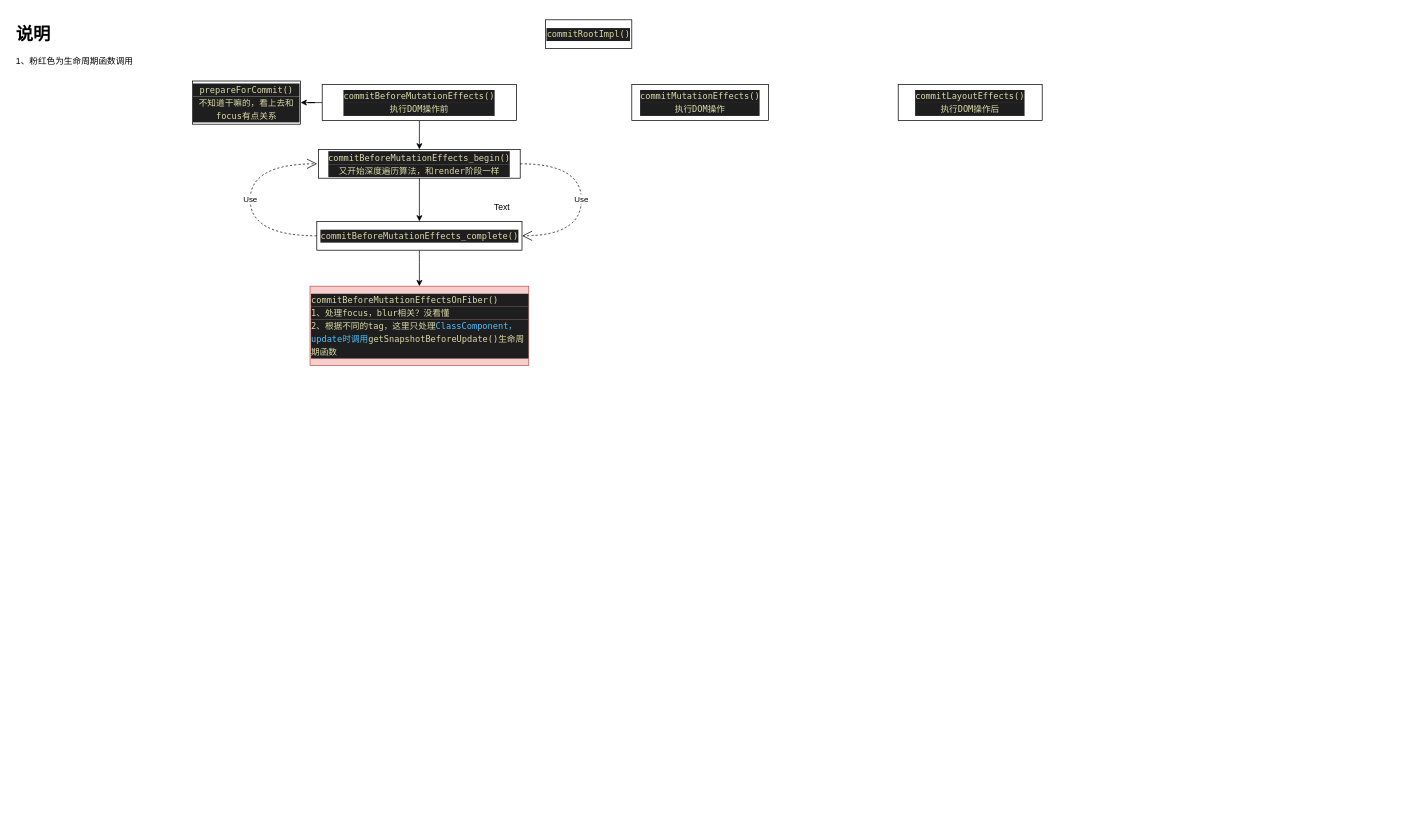
Before: page "commit (Renderer)" (3 of 3) of Untitled Diagram.drawio in damoOnly/school, a draw.io diagram. Source tidied: cells renumbered, new cells numbered last; positions are measured from the earlier drawing's top-left corner, leaving out a move shared by most shapes. Both pictures are drawn from the tidied source at 72%, with x=0, y=0 at pixel (12, 19).
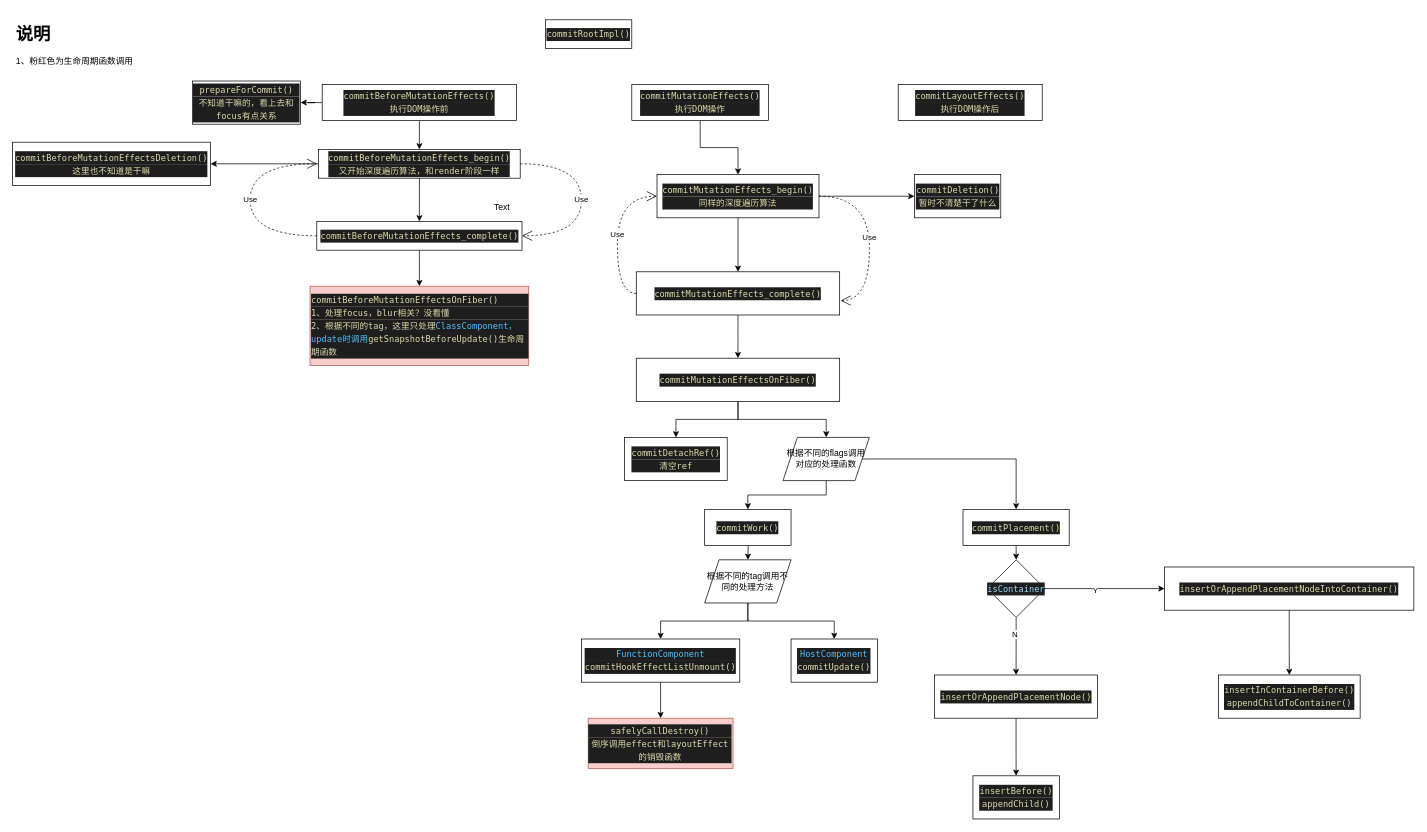
The same page after the edit.

The change refers to these unchanged cells:
```xml
<mxCell id="6" value="&lt;div style=&quot;color: rgb(212 , 212 , 212) ; background-color: rgb(30 , 30 , 30) ; font-family: &amp;#34;menlo&amp;#34; , &amp;#34;monaco&amp;#34; , &amp;#34;courier new&amp;#34; , monospace ; line-height: 18px&quot;&gt;&lt;span style=&quot;color: #dcdcaa&quot;&gt;commitMutationEffects()&lt;/span&gt;&lt;/div&gt;&lt;div style=&quot;color: rgb(212 , 212 , 212) ; background-color: rgb(30 , 30 , 30) ; font-family: &amp;#34;menlo&amp;#34; , &amp;#34;monaco&amp;#34; , &amp;#34;courier new&amp;#34; , monospace ; line-height: 18px&quot;&gt;&lt;span style=&quot;color: #dcdcaa&quot;&gt;执行DOM操作&lt;/span&gt;&lt;/div&gt;" style="rounded=0;whiteSpace=wrap;html=1;" parent="1" vertex="1">
  <mxGeometry x="860" y="90" width="190" height="50" as="geometry" />
</mxCell>
<mxCell id="10" value="&lt;div style=&quot;color: rgb(212 , 212 , 212) ; background-color: rgb(30 , 30 , 30) ; font-family: &amp;#34;menlo&amp;#34; , &amp;#34;monaco&amp;#34; , &amp;#34;courier new&amp;#34; , monospace ; line-height: 18px&quot;&gt;&lt;span style=&quot;color: #dcdcaa&quot;&gt;commitBeforeMutationEffects_begin()&lt;/span&gt;&lt;/div&gt;&lt;div style=&quot;background-color: rgb(30 , 30 , 30) ; font-family: &amp;#34;menlo&amp;#34; , &amp;#34;monaco&amp;#34; , &amp;#34;courier new&amp;#34; , monospace ; line-height: 18px&quot;&gt;&lt;font color=&quot;#dcdcaa&quot;&gt;又开始深度遍历算法，和render阶段一样&lt;/font&gt;&lt;/div&gt;" style="rounded=0;whiteSpace=wrap;html=1;" parent="1" vertex="1">
  <mxGeometry x="425" y="180" width="280" height="40" as="geometry" />
</mxCell>
```

Change to the diagram source:
```diff
@@
+    <mxCell id="19" style="rounded=0;jettySize=auto;html=1;edgeStyle=orthogonalEdgeStyle;" parent="1" edge="1" source="6" target="24">
+      <mxGeometry relative="1" as="geometry" />
+    </mxCell>
@@
+    <mxCell id="20" style="edgeStyle=orthogonalEdgeStyle;curved=1;rounded=0;jettySize=auto;html=1;" parent="1" edge="1" source="10" target="21">
+      <mxGeometry relative="1" as="geometry" />
+    </mxCell>
@@
+    <mxCell id="21" value="&lt;div style=&quot;color: rgb(212 , 212 , 212) ; background-color: rgb(30 , 30 , 30) ; font-family: &amp;#34;menlo&amp;#34; , &amp;#34;monaco&amp;#34; , &amp;#34;courier new&amp;#34; , monospace ; line-height: 18px&quot;&gt;&lt;span style=&quot;color: #dcdcaa&quot;&gt;commitBeforeMutationEffectsDeletion()&lt;/span&gt;&lt;/div&gt;&lt;div style=&quot;background-color: rgb(30 , 30 , 30) ; font-family: &amp;#34;menlo&amp;#34; , &amp;#34;monaco&amp;#34; , &amp;#34;courier new&amp;#34; , monospace ; line-height: 18px&quot;&gt;&lt;font color=&quot;#dcdcaa&quot;&gt;这里也不知道是干嘛&lt;/font&gt;&lt;/div&gt;" style="whiteSpace=wrap;html=1;rounded=0;" parent="1" vertex="1">
+      <mxGeometry y="170" width="275" height="60" as="geometry" />
+    </mxCell>
+    <mxCell id="22" style="edgeStyle=orthogonalEdgeStyle;rounded=0;jettySize=auto;html=1;" parent="1" edge="1" source="24" target="25">
+      <mxGeometry relative="1" as="geometry" />
+    </mxCell>
+    <mxCell id="23" style="edgeStyle=orthogonalEdgeStyle;rounded=0;jettySize=auto;html=1;" parent="1" edge="1" source="24" target="27">
+      <mxGeometry relative="1" as="geometry" />
+    </mxCell>
+    <mxCell id="24" value="&lt;div style=&quot;color: rgb(212 , 212 , 212) ; background-color: rgb(30 , 30 , 30) ; font-family: &amp;#34;menlo&amp;#34; , &amp;#34;monaco&amp;#34; , &amp;#34;courier new&amp;#34; , monospace ; line-height: 18px&quot;&gt;&lt;span style=&quot;color: #dcdcaa&quot;&gt;commitMutationEffects_begin()&lt;/span&gt;&lt;/div&gt;&lt;div style=&quot;background-color: rgb(30 , 30 , 30) ; font-family: &amp;#34;menlo&amp;#34; , &amp;#34;monaco&amp;#34; , &amp;#34;courier new&amp;#34; , monospace ; line-height: 18px&quot;&gt;&lt;font color=&quot;#dcdcaa&quot;&gt;同样的深度遍历算法&lt;/font&gt;&lt;/div&gt;" style="whiteSpace=wrap;html=1;rounded=0;" parent="1" vertex="1">
+      <mxGeometry x="895" y="215" width="225" height="60" as="geometry" />
+    </mxCell>
+    <mxCell id="25" value="&lt;div style=&quot;color: rgb(212 , 212 , 212) ; background-color: rgb(30 , 30 , 30) ; font-family: &amp;#34;menlo&amp;#34; , &amp;#34;monaco&amp;#34; , &amp;#34;courier new&amp;#34; , monospace ; line-height: 18px&quot;&gt;&lt;span style=&quot;color: #dcdcaa&quot;&gt;commitDeletion()&lt;/span&gt;&lt;/div&gt;&lt;div style=&quot;color: rgb(212 , 212 , 212) ; background-color: rgb(30 , 30 , 30) ; font-family: &amp;#34;menlo&amp;#34; , &amp;#34;monaco&amp;#34; , &amp;#34;courier new&amp;#34; , monospace ; line-height: 18px&quot;&gt;&lt;span style=&quot;color: #dcdcaa&quot;&gt;暂时不清楚干了什么&lt;/span&gt;&lt;/div&gt;" style="whiteSpace=wrap;html=1;rounded=0;" parent="1" vertex="1">
+      <mxGeometry x="1252.5" y="215" width="120" height="60" as="geometry" />
+    </mxCell>
+    <mxCell id="26" style="edgeStyle=orthogonalEdgeStyle;curved=1;rounded=0;jettySize=auto;html=1;" parent="1" edge="1" source="27" target="32">
+      <mxGeometry relative="1" as="geometry" />
+    </mxCell>
+    <mxCell id="27" value="&lt;div style=&quot;color: rgb(212 , 212 , 212) ; background-color: rgb(30 , 30 , 30) ; font-family: &amp;#34;menlo&amp;#34; , &amp;#34;monaco&amp;#34; , &amp;#34;courier new&amp;#34; , monospace ; line-height: 18px&quot;&gt;&lt;span style=&quot;color: #dcdcaa&quot;&gt;commitMutationEffects_complete()&lt;/span&gt;&lt;/div&gt;" style="whiteSpace=wrap;html=1;rounded=0;" parent="1" vertex="1">
+      <mxGeometry x="866.2" y="350" width="282.5" height="60" as="geometry" />
+    </mxCell>
+    <mxCell id="28" value="Use" style="endArrow=open;endSize=12;dashed=1;html=1;exitX=0;exitY=0.5;exitDx=0;exitDy=0;entryX=0;entryY=0.5;entryDx=0;entryDy=0;edgeStyle=orthogonalEdgeStyle;curved=1;" parent="1" edge="1" source="27" target="24">
+      <mxGeometry relative="1" as="geometry">
+        <Array as="points">
+          <mxPoint x="840" y="380" />
+          <mxPoint x="840" y="245" />
+        </Array>
+      </mxGeometry>
+    </mxCell>
+    <mxCell id="29" value="Use" style="endArrow=open;endSize=12;dashed=1;html=1;exitX=1;exitY=0.5;exitDx=0;exitDy=0;edgeStyle=orthogonalEdgeStyle;curved=1;" parent="1" edge="1" source="24">
+      <mxGeometry relative="1" as="geometry">
+        <mxPoint x="1150" y="390" as="targetPoint" />
+        <Array as="points">
+          <mxPoint x="1190" y="245" />
+          <mxPoint x="1190" y="390" />
+        </Array>
+      </mxGeometry>
+    </mxCell>
+    <mxCell id="30" style="edgeStyle=orthogonalEdgeStyle;rounded=0;jettySize=auto;html=1;" parent="1" edge="1" source="32" target="33">
+      <mxGeometry relative="1" as="geometry" />
+    </mxCell>
+    <mxCell id="31" style="edgeStyle=orthogonalEdgeStyle;rounded=0;jettySize=auto;html=1;" parent="1" edge="1" source="32" target="36">
+      <mxGeometry relative="1" as="geometry" />
+    </mxCell>
+    <mxCell id="32" value="&lt;div style=&quot;color: rgb(212 , 212 , 212) ; background-color: rgb(30 , 30 , 30) ; font-family: &amp;#34;menlo&amp;#34; , &amp;#34;monaco&amp;#34; , &amp;#34;courier new&amp;#34; , monospace ; line-height: 18px&quot;&gt;&lt;span style=&quot;color: #dcdcaa&quot;&gt;commitMutationEffectsOnFiber()&lt;/span&gt;&lt;/div&gt;" style="whiteSpace=wrap;html=1;rounded=0;" parent="1" vertex="1">
+      <mxGeometry x="866.2" y="470" width="282.5" height="60" as="geometry" />
+    </mxCell>
+    <mxCell id="33" value="&lt;div style=&quot;color: rgb(212 , 212 , 212) ; background-color: rgb(30 , 30 , 30) ; font-family: &amp;#34;menlo&amp;#34; , &amp;#34;monaco&amp;#34; , &amp;#34;courier new&amp;#34; , monospace ; line-height: 18px&quot;&gt;&lt;span style=&quot;color: #dcdcaa&quot;&gt;commitDetachRef()&lt;/span&gt;&lt;/div&gt;&lt;div style=&quot;background-color: rgb(30 , 30 , 30) ; font-family: &amp;#34;menlo&amp;#34; , &amp;#34;monaco&amp;#34; , &amp;#34;courier new&amp;#34; , monospace ; line-height: 18px&quot;&gt;&lt;font color=&quot;#dcdcaa&quot;&gt;清空ref&lt;/font&gt;&lt;/div&gt;" style="whiteSpace=wrap;html=1;rounded=0;" parent="1" vertex="1">
+      <mxGeometry x="850" y="580" width="142.5" height="60" as="geometry" />
+    </mxCell>
+    <mxCell id="34" style="edgeStyle=orthogonalEdgeStyle;rounded=0;jettySize=auto;html=1;entryX=0.5;entryY=0;entryDx=0;entryDy=0;" parent="1" edge="1" source="36" target="38">
+      <mxGeometry relative="1" as="geometry" />
+    </mxCell>
+    <mxCell id="35" style="edgeStyle=orthogonalEdgeStyle;rounded=0;jettySize=auto;html=1;" parent="1" edge="1" source="36" target="47">
+      <mxGeometry relative="1" as="geometry" />
+    </mxCell>
+    <mxCell id="36" value="根据不同的flags调用对应的处理函数" style="shape=parallelogram;perimeter=parallelogramPerimeter;whiteSpace=wrap;html=1;fixedSize=1;align=center;" parent="1" vertex="1">
+      <mxGeometry x="1070" y="580" width="120" height="60" as="geometry" />
+    </mxCell>
+    <mxCell id="37" style="edgeStyle=orthogonalEdgeStyle;rounded=0;jettySize=auto;html=1;" parent="1" edge="1" target="41">
+      <mxGeometry relative="1" as="geometry">
+        <mxPoint x="1021.2" y="710" as="sourcePoint" />
+      </mxGeometry>
+    </mxCell>
+    <mxCell id="38" value="&lt;div style=&quot;color: rgb(212 , 212 , 212) ; background-color: rgb(30 , 30 , 30) ; font-family: &amp;#34;menlo&amp;#34; , &amp;#34;monaco&amp;#34; , &amp;#34;courier new&amp;#34; , monospace ; line-height: 18px&quot;&gt;&lt;span style=&quot;color: #dcdcaa&quot;&gt;commitWork()&lt;/span&gt;&lt;/div&gt;" style="whiteSpace=wrap;html=1;" parent="1" vertex="1">
+      <mxGeometry x="961.2" y="680" width="120" height="50" as="geometry" />
+    </mxCell>
+    <mxCell id="39" style="edgeStyle=orthogonalEdgeStyle;rounded=0;jettySize=auto;html=1;" parent="1" edge="1" source="41" target="43">
+      <mxGeometry relative="1" as="geometry" />
+    </mxCell>
+    <mxCell id="40" style="edgeStyle=orthogonalEdgeStyle;rounded=0;jettySize=auto;html=1;entryX=0.5;entryY=0;entryDx=0;entryDy=0;" parent="1" edge="1" source="41" target="44">
+      <mxGeometry relative="1" as="geometry" />
+    </mxCell>
+    <mxCell id="41" value="根据不同的tag调用不同的处理方法" style="shape=parallelogram;perimeter=parallelogramPerimeter;whiteSpace=wrap;html=1;fixedSize=1;" parent="1" vertex="1">
+      <mxGeometry x="961.2" y="750" width="120" height="60" as="geometry" />
+    </mxCell>
+    <mxCell id="42" style="edgeStyle=orthogonalEdgeStyle;rounded=0;jettySize=auto;html=1;" parent="1" edge="1" source="43" target="45">
+      <mxGeometry relative="1" as="geometry" />
+    </mxCell>
+    <mxCell id="43" value="&lt;div style=&quot;color: rgb(212 , 212 , 212) ; background-color: rgb(30 , 30 , 30) ; font-family: &amp;#34;menlo&amp;#34; , &amp;#34;monaco&amp;#34; , &amp;#34;courier new&amp;#34; , monospace ; line-height: 18px&quot;&gt;&lt;span style=&quot;color: #4fc1ff&quot;&gt;FunctionComponent&lt;/span&gt;&lt;/div&gt;&lt;div style=&quot;color: rgb(212 , 212 , 212) ; background-color: rgb(30 , 30 , 30) ; font-family: &amp;#34;menlo&amp;#34; , &amp;#34;monaco&amp;#34; , &amp;#34;courier new&amp;#34; , monospace ; line-height: 18px&quot;&gt;&lt;div style=&quot;line-height: 18px&quot;&gt;&lt;span style=&quot;color: #dcdcaa&quot;&gt;commitHookEffectListUnmount()&lt;/span&gt;&lt;/div&gt;&lt;/div&gt;" style="whiteSpace=wrap;html=1;" parent="1" vertex="1">
+      <mxGeometry x="790" y="860" width="220" height="60" as="geometry" />
+    </mxCell>
+    <mxCell id="44" value="&lt;div style=&quot;color: rgb(212 , 212 , 212) ; background-color: rgb(30 , 30 , 30) ; font-family: &amp;#34;menlo&amp;#34; , &amp;#34;monaco&amp;#34; , &amp;#34;courier new&amp;#34; , monospace ; line-height: 18px&quot;&gt;&lt;span style=&quot;color: #4fc1ff&quot;&gt;HostComponent&lt;/span&gt;&lt;/div&gt;&lt;div style=&quot;color: rgb(212 , 212 , 212) ; background-color: rgb(30 , 30 , 30) ; font-family: &amp;#34;menlo&amp;#34; , &amp;#34;monaco&amp;#34; , &amp;#34;courier new&amp;#34; , monospace ; line-height: 18px&quot;&gt;&lt;div style=&quot;line-height: 18px&quot;&gt;&lt;span style=&quot;color: #dcdcaa&quot;&gt;commitUpdate()&lt;/span&gt;&lt;/div&gt;&lt;/div&gt;" style="rounded=0;whiteSpace=wrap;html=1;align=center;" parent="1" vertex="1">
+      <mxGeometry x="1081.2" y="860" width="120" height="60" as="geometry" />
+    </mxCell>
+    <mxCell id="45" value="&lt;div style=&quot;color: rgb(212 , 212 , 212) ; background-color: rgb(30 , 30 , 30) ; font-family: &amp;#34;menlo&amp;#34; , &amp;#34;monaco&amp;#34; , &amp;#34;courier new&amp;#34; , monospace ; line-height: 18px&quot;&gt;&lt;span style=&quot;color: #dcdcaa&quot;&gt;safelyCallDestroy()&lt;/span&gt;&lt;/div&gt;&lt;div style=&quot;color: rgb(212 , 212 , 212) ; background-color: rgb(30 , 30 , 30) ; font-family: &amp;#34;menlo&amp;#34; , &amp;#34;monaco&amp;#34; , &amp;#34;courier new&amp;#34; , monospace ; line-height: 18px&quot;&gt;&lt;span style=&quot;color: #dcdcaa&quot;&gt;倒序调用effect和layoutEffect的销毁函数&lt;/span&gt;&lt;/div&gt;" style="whiteSpace=wrap;html=1;fillColor=#f8cecc;strokeColor=#b85450;" parent="1" vertex="1">
+      <mxGeometry x="799.4" y="970" width="201.2" height="70" as="geometry" />
+    </mxCell>
+    <mxCell id="46" style="edgeStyle=orthogonalEdgeStyle;rounded=0;jettySize=auto;html=1;" parent="1" edge="1" source="47" target="52">
+      <mxGeometry relative="1" as="geometry" />
+    </mxCell>
+    <mxCell id="47" value="&lt;div style=&quot;color: rgb(212 , 212 , 212) ; background-color: rgb(30 , 30 , 30) ; font-family: &amp;#34;menlo&amp;#34; , &amp;#34;monaco&amp;#34; , &amp;#34;courier new&amp;#34; , monospace ; line-height: 18px&quot;&gt;&lt;span style=&quot;color: #dcdcaa&quot;&gt;commitPlacement()&lt;/span&gt;&lt;/div&gt;" style="rounded=0;whiteSpace=wrap;html=1;align=center;" parent="1" vertex="1">
+      <mxGeometry x="1320" y="680" width="147.5" height="50" as="geometry" />
+    </mxCell>
+    <mxCell id="48" style="edgeStyle=orthogonalEdgeStyle;rounded=0;jettySize=auto;html=1;" parent="1" edge="1" source="52" target="54">
+      <mxGeometry relative="1" as="geometry" />
+    </mxCell>
+    <mxCell id="49" value="Y" style="edgeLabel;html=1;align=center;verticalAlign=middle;" parent="48" vertex="1">
+      <mxGeometry x="-0.16" y="-1" relative="1" as="geometry" />
+    </mxCell>
+    <mxCell id="50" style="edgeStyle=orthogonalEdgeStyle;rounded=0;jettySize=auto;html=1;" parent="1" edge="1" source="52" target="56">
+      <mxGeometry relative="1" as="geometry" />
+    </mxCell>
+    <mxCell id="51" value="N" style="edgeLabel;html=1;align=center;verticalAlign=middle;" parent="50" vertex="1">
+      <mxGeometry x="-0.42" y="-2" relative="1" as="geometry" />
+    </mxCell>
+    <mxCell id="52" value="&lt;div style=&quot;color: rgb(212 , 212 , 212) ; background-color: rgb(30 , 30 , 30) ; font-family: &amp;#34;menlo&amp;#34; , &amp;#34;monaco&amp;#34; , &amp;#34;courier new&amp;#34; , monospace ; line-height: 18px&quot;&gt;&lt;span style=&quot;color: #9cdcfe&quot;&gt;isContainer&lt;/span&gt;&lt;/div&gt;" style="rhombus;whiteSpace=wrap;html=1;align=center;" parent="1" vertex="1">
+      <mxGeometry x="1353.8" y="750" width="80" height="80" as="geometry" />
+    </mxCell>
+    <mxCell id="53" style="edgeStyle=orthogonalEdgeStyle;rounded=0;jettySize=auto;html=1;" parent="1" edge="1" source="54" target="58">
+      <mxGeometry relative="1" as="geometry" />
+    </mxCell>
+    <mxCell id="54" value="&lt;div style=&quot;color: rgb(212 , 212 , 212) ; background-color: rgb(30 , 30 , 30) ; font-family: &amp;#34;menlo&amp;#34; , &amp;#34;monaco&amp;#34; , &amp;#34;courier new&amp;#34; , monospace ; line-height: 18px&quot;&gt;&lt;span style=&quot;color: #dcdcaa&quot;&gt;insertOrAppendPlacementNodeIntoContainer()&lt;/span&gt;&lt;/div&gt;" style="whiteSpace=wrap;html=1;" parent="1" vertex="1">
+      <mxGeometry x="1600" y="760" width="346.2" height="60" as="geometry" />
+    </mxCell>
+    <mxCell id="55" style="edgeStyle=orthogonalEdgeStyle;rounded=0;jettySize=auto;html=1;" parent="1" edge="1" source="56" target="57">
+      <mxGeometry relative="1" as="geometry" />
+    </mxCell>
+    <mxCell id="56" value="&lt;div style=&quot;color: rgb(212 , 212 , 212) ; background-color: rgb(30 , 30 , 30) ; font-family: &amp;#34;menlo&amp;#34; , &amp;#34;monaco&amp;#34; , &amp;#34;courier new&amp;#34; , monospace ; line-height: 18px&quot;&gt;&lt;span style=&quot;color: #dcdcaa&quot;&gt;insertOrAppendPlacementNode()&lt;/span&gt;&lt;/div&gt;" style="whiteSpace=wrap;html=1;" parent="1" vertex="1">
+      <mxGeometry x="1280.6" y="910" width="226.2" height="60" as="geometry" />
+    </mxCell>
+    <mxCell id="57" value="&lt;div style=&quot;color: rgb(212 , 212 , 212) ; background-color: rgb(30 , 30 , 30) ; font-family: &amp;#34;menlo&amp;#34; , &amp;#34;monaco&amp;#34; , &amp;#34;courier new&amp;#34; , monospace ; line-height: 18px&quot;&gt;&lt;span style=&quot;color: #dcdcaa&quot;&gt;insertBefore()&lt;/span&gt;&lt;/div&gt;&lt;div style=&quot;color: rgb(212 , 212 , 212) ; background-color: rgb(30 , 30 , 30) ; font-family: &amp;#34;menlo&amp;#34; , &amp;#34;monaco&amp;#34; , &amp;#34;courier new&amp;#34; , monospace ; line-height: 18px&quot;&gt;&lt;div style=&quot;line-height: 18px&quot;&gt;&lt;span style=&quot;color: #dcdcaa&quot;&gt;appendChild()&lt;/span&gt;&lt;/div&gt;&lt;/div&gt;" style="whiteSpace=wrap;html=1;" parent="1" vertex="1">
+      <mxGeometry x="1333.8" y="1050" width="120" height="60" as="geometry" />
+    </mxCell>
+    <mxCell id="58" value="&lt;div style=&quot;color: rgb(212 , 212 , 212) ; background-color: rgb(30 , 30 , 30) ; font-family: &amp;#34;menlo&amp;#34; , &amp;#34;monaco&amp;#34; , &amp;#34;courier new&amp;#34; , monospace ; line-height: 18px&quot;&gt;&lt;span style=&quot;color: #dcdcaa&quot;&gt;insertInContainerBefore()&lt;/span&gt;&lt;/div&gt;&lt;div style=&quot;color: rgb(212 , 212 , 212) ; background-color: rgb(30 , 30 , 30) ; font-family: &amp;#34;menlo&amp;#34; , &amp;#34;monaco&amp;#34; , &amp;#34;courier new&amp;#34; , monospace ; line-height: 18px&quot;&gt;&lt;div style=&quot;font-family: &amp;#34;menlo&amp;#34; , &amp;#34;monaco&amp;#34; , &amp;#34;courier new&amp;#34; , monospace ; line-height: 18px&quot;&gt;&lt;span style=&quot;color: #dcdcaa&quot;&gt;appendChildToContainer()&lt;/span&gt;&lt;/div&gt;&lt;/div&gt;" style="whiteSpace=wrap;html=1;" parent="1" vertex="1">
+      <mxGeometry x="1674.7" y="910" width="196.9" height="60" as="geometry" />
+    </mxCell>
```
